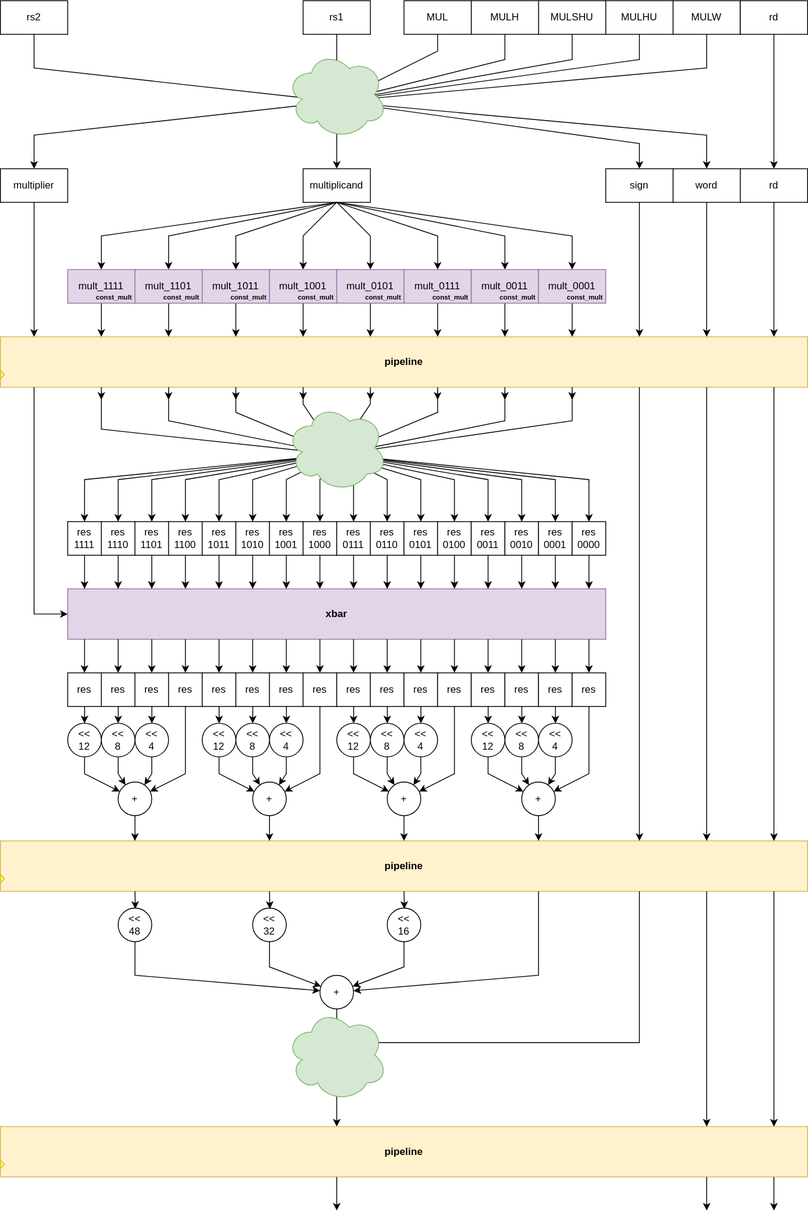
Earlier version of the draw.io export document/rtl/exe_m64_mult_des.svg (squared-studio/maverickOne). Source tidied: cells renumbered, new cells last; positions are measured from the earlier drawing's top-left corner, leaving out a move shared by most shapes.
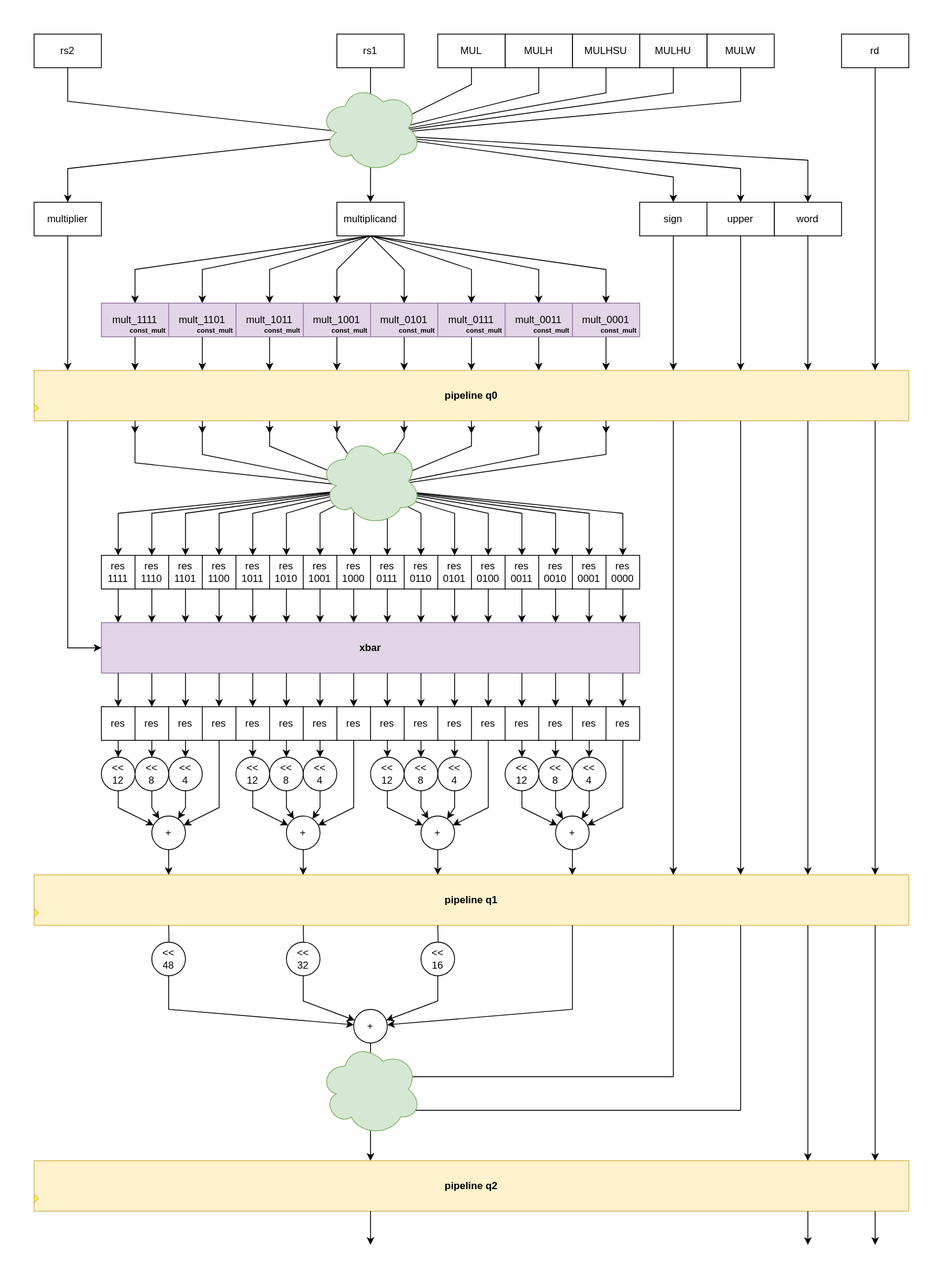
Above is the later version.

Change to the diagram source:
```diff
@@ -2,6 +2,9 @@
   <root>
     <mxCell id="0" />
     <mxCell id="1" parent="0" />
+    <mxCell id="242" style="whiteSpace=wrap;html=1;strokeColor=none;" parent="1" vertex="1">
+      <mxGeometry x="-40" y="-40" width="1120" height="1520" as="geometry" />
+    </mxCell>
     <mxCell id="2" style="endArrow=classic;html=1;rounded=0;exitDx=0;exitDy=0;" parent="1" edge="1" source="213">
       <mxGeometry relative="1" as="geometry">
         <mxPoint x="400" y="1340" as="targetPoint" />
@@ -151,15 +154,12 @@
         </Array>
       </mxGeometry>
     </mxCell>
-    <mxCell id="19" value="pipeline" style="rounded=0;whiteSpace=wrap;html=1;fillColor=#fff2cc;strokeColor=#d6b656;fontStyle=1;" parent="1" vertex="1">
-      <mxGeometry y="400" width="960" height="60" as="geometry" />
+    <mxCell id="19" value="pipeline q0" style="rounded=0;whiteSpace=wrap;html=1;fillColor=#fff2cc;strokeColor=#d6b656;fontStyle=1;" parent="1" vertex="1">
+      <mxGeometry y="400" width="1040" height="60" as="geometry" />
     </mxCell>
     <mxCell id="20" style="triangle;whiteSpace=wrap;html=1;fillColor=#FFFF33;strokeColor=#d6b656;" parent="1" vertex="1">
       <mxGeometry y="440" width="5" height="10" as="geometry" />
     </mxCell>
-    <mxCell id="21" value="rd" style="rounded=0;whiteSpace=wrap;html=1;" parent="1" vertex="1">
-      <mxGeometry x="880" y="200" width="80" height="40" as="geometry" />
-    </mxCell>
     <mxCell id="22" style="edgeStyle=none;orthogonalLoop=1;jettySize=auto;html=1;rounded=0;" parent="1" edge="1">
       <mxGeometry relative="1" as="geometry">
         <mxPoint x="120" y="360" as="sourcePoint" />
@@ -968,8 +968,8 @@
     <mxCell id="174" value="+" style="ellipse;whiteSpace=wrap;html=1;" parent="1" vertex="1">
       <mxGeometry x="620" y="930" width="40" height="40" as="geometry" />
     </mxCell>
-    <mxCell id="175" value="pipeline" style="rounded=0;whiteSpace=wrap;html=1;fillColor=#fff2cc;strokeColor=#d6b656;fontStyle=1;" parent="1" vertex="1">
-      <mxGeometry y="1000" width="960" height="60" as="geometry" />
+    <mxCell id="175" value="pipeline q1" style="rounded=0;whiteSpace=wrap;html=1;fillColor=#fff2cc;strokeColor=#d6b656;fontStyle=1;" parent="1" vertex="1">
+      <mxGeometry y="1000" width="1040" height="60" as="geometry" />
     </mxCell>
     <mxCell id="176" style="triangle;whiteSpace=wrap;html=1;fillColor=#FFFF33;strokeColor=#d6b656;" parent="1" vertex="1">
       <mxGeometry y="1040" width="5" height="10" as="geometry" />
@@ -1004,9 +1004,6 @@
         <mxPoint x="760" y="1000" as="targetPoint" />
       </mxGeometry>
     </mxCell>
-    <mxCell id="182" value="word" style="rounded=0;whiteSpace=wrap;html=1;" parent="1" vertex="1">
-      <mxGeometry x="800" y="200" width="80" height="40" as="geometry" />
-    </mxCell>
     <mxCell id="183" value="sign" style="rounded=0;whiteSpace=wrap;html=1;" parent="1" vertex="1">
       <mxGeometry x="720" y="200" width="80" height="40" as="geometry" />
     </mxCell>
@@ -1022,16 +1019,15 @@
         <mxPoint x="840" y="1000" as="targetPoint" />
       </mxGeometry>
     </mxCell>
-    <mxCell id="186" style="edgeStyle=none;orthogonalLoop=1;jettySize=auto;html=1;rounded=0;" parent="1" edge="1">
+    <mxCell id="186" style="edgeStyle=none;jettySize=auto;html=1;rounded=0;exitX=0.5;exitY=1;exitDx=0;exitDy=0;" parent="1" edge="1" source="227">
       <mxGeometry relative="1" as="geometry">
-        <mxPoint x="920" y="240" as="sourcePoint" />
-        <mxPoint x="920" y="400" as="targetPoint" />
+        <mxPoint x="1000" y="400" as="targetPoint" />
       </mxGeometry>
     </mxCell>
     <mxCell id="187" style="edgeStyle=none;orthogonalLoop=1;jettySize=auto;html=1;rounded=0;" parent="1" edge="1">
       <mxGeometry relative="1" as="geometry">
-        <mxPoint x="920" y="460" as="sourcePoint" />
-        <mxPoint x="920" y="1000" as="targetPoint" />
+        <mxPoint x="1000" y="460" as="sourcePoint" />
+        <mxPoint x="1000" y="1000" as="targetPoint" />
       </mxGeometry>
     </mxCell>
     <mxCell id="188" value="&amp;lt;&amp;lt;&lt;div&gt;4&lt;/div&gt;" style="ellipse;whiteSpace=wrap;html=1;" parent="1" vertex="1">
@@ -1123,8 +1119,8 @@
         </Array>
       </mxGeometry>
     </mxCell>
-    <mxCell id="210" value="pipeline" style="rounded=0;whiteSpace=wrap;html=1;fillColor=#fff2cc;strokeColor=#d6b656;fontStyle=1;" parent="1" vertex="1">
-      <mxGeometry y="1340" width="960" height="60" as="geometry" />
+    <mxCell id="210" value="pipeline q2" style="rounded=0;whiteSpace=wrap;html=1;fillColor=#fff2cc;strokeColor=#d6b656;fontStyle=1;" parent="1" vertex="1">
+      <mxGeometry y="1340" width="1040" height="60" as="geometry" />
     </mxCell>
     <mxCell id="211" style="triangle;whiteSpace=wrap;html=1;fillColor=#FFFF33;strokeColor=#d6b656;" parent="1" vertex="1">
       <mxGeometry y="1380" width="5" height="10" as="geometry" />
@@ -1144,16 +1140,19 @@
         </Array>
       </mxGeometry>
     </mxCell>
-    <mxCell id="215" style="edgeStyle=none;orthogonalLoop=1;jettySize=auto;html=1;rounded=0;" parent="1" edge="1">
+    <mxCell id="215" style="edgeStyle=none;jettySize=auto;html=1;rounded=0;" parent="1" edge="1" target="213">
       <mxGeometry relative="1" as="geometry">
         <mxPoint x="840" y="1060" as="sourcePoint" />
-        <mxPoint x="840" y="1340" as="targetPoint" />
+        <Array as="points">
+          <mxPoint x="840" y="1280" />
+          <mxPoint x="440" y="1280" />
+        </Array>
       </mxGeometry>
     </mxCell>
     <mxCell id="216" style="edgeStyle=none;orthogonalLoop=1;jettySize=auto;html=1;rounded=0;" parent="1" edge="1">
       <mxGeometry relative="1" as="geometry">
-        <mxPoint x="920" y="1060" as="sourcePoint" />
-        <mxPoint x="920" y="1340" as="targetPoint" />
+        <mxPoint x="1000" y="1060" as="sourcePoint" />
+        <mxPoint x="1000" y="1340" as="targetPoint" />
       </mxGeometry>
     </mxCell>
     <mxCell id="217" style="ellipse;shape=cloud;whiteSpace=wrap;html=1;fillColor=#d5e8d4;strokeColor=#82b366;" parent="1" vertex="1">
@@ -1167,8 +1166,8 @@
     </mxCell>
     <mxCell id="219" style="endArrow=classic;html=1;rounded=0;exitDx=0;exitDy=0;" parent="1" edge="1">
       <mxGeometry relative="1" as="geometry">
-        <mxPoint x="920" y="1400" as="sourcePoint" />
-        <mxPoint x="920" y="1440" as="targetPoint" />
+        <mxPoint x="1000" y="1400" as="sourcePoint" />
+        <mxPoint x="1000" y="1440" as="targetPoint" />
       </mxGeometry>
     </mxCell>
     <mxCell id="220" value="rs2" style="rounded=0;whiteSpace=wrap;html=1;" parent="1" vertex="1">
@@ -1183,7 +1182,7 @@
     <mxCell id="223" value="MULHU" style="rounded=0;whiteSpace=wrap;html=1;" parent="1" vertex="1">
       <mxGeometry x="720" width="80" height="40" as="geometry" />
     </mxCell>
-    <mxCell id="224" value="MULSHU" style="rounded=0;whiteSpace=wrap;html=1;" parent="1" vertex="1">
+    <mxCell id="224" value="MULHSU" style="rounded=0;whiteSpace=wrap;html=1;" parent="1" vertex="1">
       <mxGeometry x="640" width="80" height="40" as="geometry" />
     </mxCell>
     <mxCell id="225" value="MULH" style="rounded=0;whiteSpace=wrap;html=1;" parent="1" vertex="1">
@@ -1193,7 +1192,7 @@
       <mxGeometry x="480" width="80" height="40" as="geometry" />
     </mxCell>
     <mxCell id="227" value="rd" style="rounded=0;whiteSpace=wrap;html=1;" parent="1" vertex="1">
-      <mxGeometry x="880" width="80" height="40" as="geometry" />
+      <mxGeometry x="960" width="80" height="40" as="geometry" />
     </mxCell>
     <mxCell id="228" style="endArrow=classic;html=1;rounded=0;entryX=0.5;entryY=0;entryDx=0;entryDy=0;" parent="1" edge="1" target="83">
       <mxGeometry relative="1" as="geometry">
@@ -1211,17 +1210,15 @@
         </Array>
       </mxGeometry>
     </mxCell>
-    <mxCell id="230" style="endArrow=classic;html=1;rounded=0;entryX=0.5;entryY=0;entryDx=0;entryDy=0;" parent="1" edge="1" target="182">
+    <mxCell id="230" style="endArrow=classic;html=1;rounded=0;entryX=0.5;entryY=0;entryDx=0;entryDy=0;" parent="1" edge="1">
       <mxGeometry relative="1" as="geometry">
         <mxPoint x="400" y="120" as="sourcePoint" />
+        <mxPoint x="840" y="200" as="targetPoint" />
         <Array as="points">
           <mxPoint x="840" y="160" />
         </Array>
       </mxGeometry>
     </mxCell>
-    <mxCell id="231" style="endArrow=classic;html=1;rounded=0;entryX=0.5;entryY=0;entryDx=0;entryDy=0;exitX=0.5;exitY=1;exitDx=0;exitDy=0;" parent="1" edge="1" source="227" target="21">
-      <mxGeometry relative="1" as="geometry" />
-    </mxCell>
     <mxCell id="232" style="endArrow=classic;html=1;rounded=0;" parent="1" edge="1">
       <mxGeometry relative="1" as="geometry">
         <mxPoint x="40" y="40" as="sourcePoint" />
@@ -1288,14 +1285,47 @@
         <mxPoint x="400" y="200" as="targetPoint" />
       </mxGeometry>
     </mxCell>
+    <mxCell id="243" style="edgeStyle=none;orthogonalLoop=1;jettySize=auto;html=1;rounded=0;" parent="1" edge="1">
+      <mxGeometry relative="1" as="geometry">
+        <mxPoint x="920" y="240" as="sourcePoint" />
+        <mxPoint x="920" y="400" as="targetPoint" />
+      </mxGeometry>
+    </mxCell>
+    <mxCell id="244" style="edgeStyle=none;orthogonalLoop=1;jettySize=auto;html=1;rounded=0;" parent="1" edge="1">
+      <mxGeometry relative="1" as="geometry">
+        <mxPoint x="920" y="460" as="sourcePoint" />
+        <mxPoint x="920" y="1000" as="targetPoint" />
+      </mxGeometry>
+    </mxCell>
+    <mxCell id="245" style="edgeStyle=none;orthogonalLoop=1;jettySize=auto;html=1;rounded=0;" parent="1" edge="1">
+      <mxGeometry relative="1" as="geometry">
+        <mxPoint x="920" y="1060" as="sourcePoint" />
+        <mxPoint x="920" y="1340" as="targetPoint" />
+      </mxGeometry>
+    </mxCell>
+    <mxCell id="246" style="endArrow=classic;html=1;rounded=0;exitDx=0;exitDy=0;" parent="1" edge="1">
+      <mxGeometry relative="1" as="geometry">
+        <mxPoint x="920" y="1400" as="sourcePoint" />
+        <mxPoint x="920" y="1440" as="targetPoint" />
+      </mxGeometry>
+    </mxCell>
+    <mxCell id="247" style="endArrow=classic;html=1;rounded=0;entryX=0.5;entryY=0;entryDx=0;entryDy=0;" parent="1" edge="1">
+      <mxGeometry relative="1" as="geometry">
+        <mxPoint x="410" y="120" as="sourcePoint" />
+        <mxPoint x="920" y="200" as="targetPoint" />
+        <Array as="points">
+          <mxPoint x="920" y="150" />
+        </Array>
+      </mxGeometry>
+    </mxCell>
     <mxCell id="240" style="ellipse;shape=cloud;whiteSpace=wrap;html=1;fillColor=#d5e8d4;strokeColor=#82b366;" parent="1" vertex="1">
       <mxGeometry x="340" y="60" width="120" height="104" as="geometry" />
     </mxCell>
-    <mxCell id="241" style="endArrow=classic;html=1;rounded=0;exitDx=0;exitDy=0;" parent="1" edge="1">
-      <mxGeometry relative="1" as="geometry">
-        <mxPoint x="840" y="1400" as="sourcePoint" />
-        <mxPoint x="840" y="1440" as="targetPoint" />
-      </mxGeometry>
-    </mxCell>
+    <mxCell id="182" value="word" style="rounded=0;whiteSpace=wrap;html=1;" parent="1" vertex="1">
+      <mxGeometry x="880" y="200" width="80" height="40" as="geometry" />
+    </mxCell>
+    <mxCell id="248" value="upper" style="rounded=0;whiteSpace=wrap;html=1;" parent="1" vertex="1">
+      <mxGeometry x="800" y="200" width="80" height="40" as="geometry" />
+    </mxCell>
   </root>
 </mxGraphModel>
```
